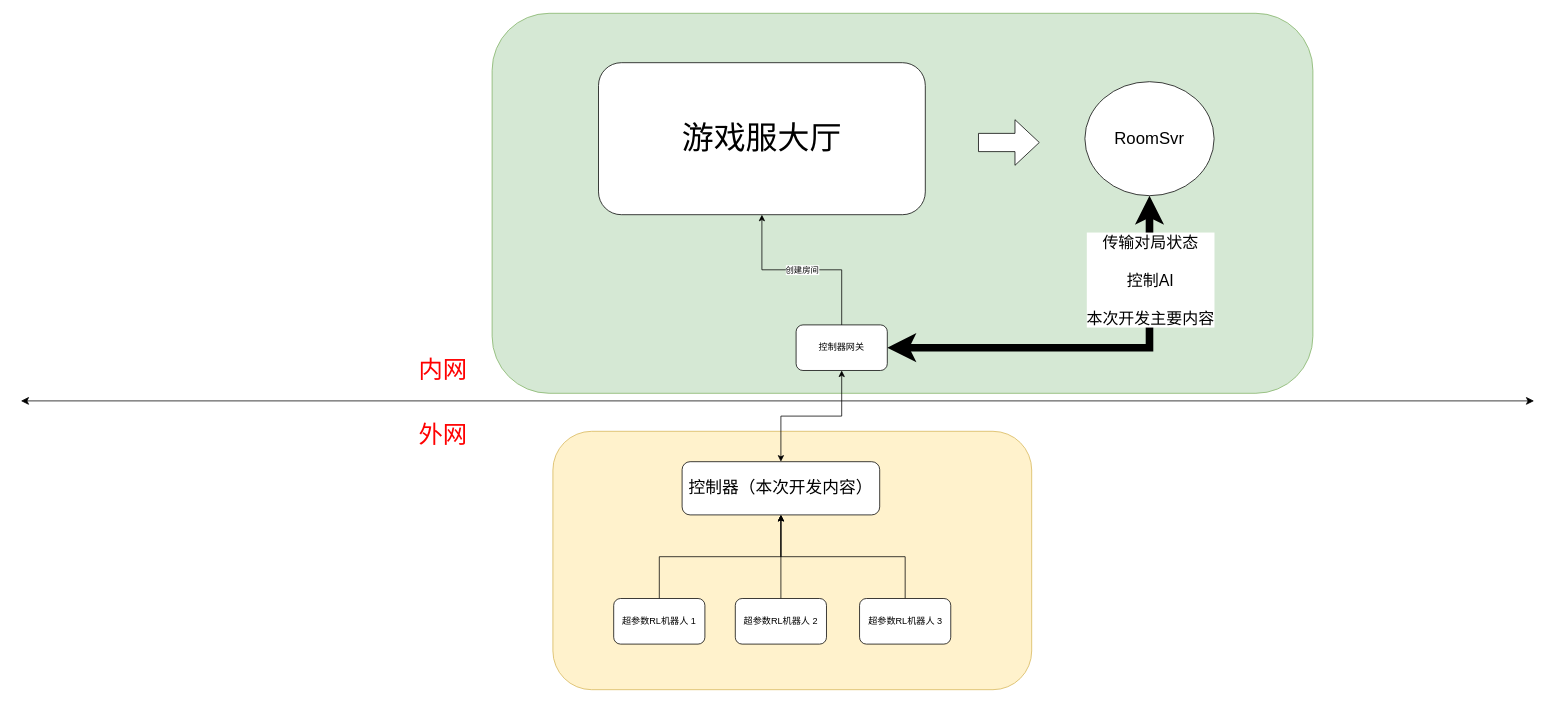
This is page "RL Controller" (19 of 20) of FSM ds.drawio from a654889339/Base, a draw.io file, before an edit. Source tidied: cells renumbered, new cells numbered last; positions are measured from the earlier drawing's top-left corner, leaving out a move shared by most shapes. Both pictures are drawn from the tidied source at 76%, with x=0, y=0 at pixel (21, 13).
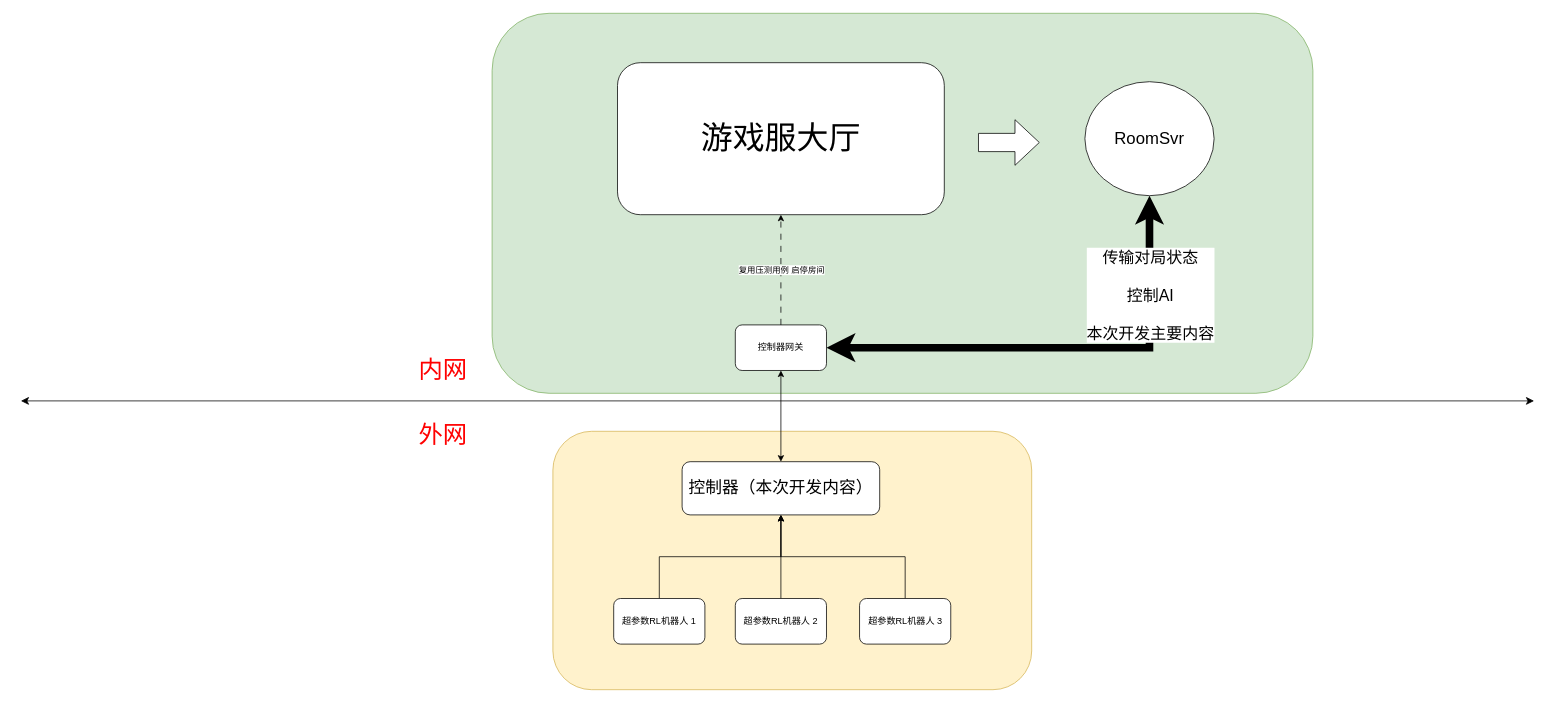
The same diagram, later.

The edit, as a diff of the source:
```diff
@@
     <mxCell id="15" value="&lt;font style=&quot;font-size: 42px;&quot;&gt;游戏服大厅&lt;/font&gt;" style="rounded=1;whiteSpace=wrap;html=1;fontSize=22;" parent="1" vertex="1">
-      <mxGeometry x="760" y="65" width="430" height="200" as="geometry" />
+      <mxGeometry x="785" y="65" width="430" height="200" as="geometry" />
     </mxCell>
@@
     <mxCell id="20" value="控制器网关" style="rounded=1;whiteSpace=wrap;html=1;" parent="1" vertex="1">
-      <mxGeometry x="1020" y="410" width="120" height="60" as="geometry" />
+      <mxGeometry x="940" y="410" width="120" height="60" as="geometry" />
     </mxCell>
-    <mxCell id="21" style="edgeStyle=orthogonalEdgeStyle;rounded=0;jettySize=auto;html=1;entryX=0.5;entryY=1;entryDx=0;entryDy=0;" parent="1" edge="1" source="20" target="15">
+    <mxCell id="21" style="edgeStyle=orthogonalEdgeStyle;rounded=0;jettySize=auto;html=1;entryX=0.5;entryY=1;entryDx=0;entryDy=0;dashed=1;dashPattern=8 8;" parent="1" edge="1" source="20" target="15">
       <mxGeometry relative="1" as="geometry" />
     </mxCell>
-    <mxCell id="22" value="创建房间" style="edgeLabel;html=1;align=center;verticalAlign=middle;" parent="21" vertex="1">
+    <mxCell id="22" value="复用压测用例 启停房间" style="edgeLabel;html=1;align=center;verticalAlign=middle;" parent="21" vertex="1">
       <mxGeometry relative="1" as="geometry" />
     </mxCell>
```
